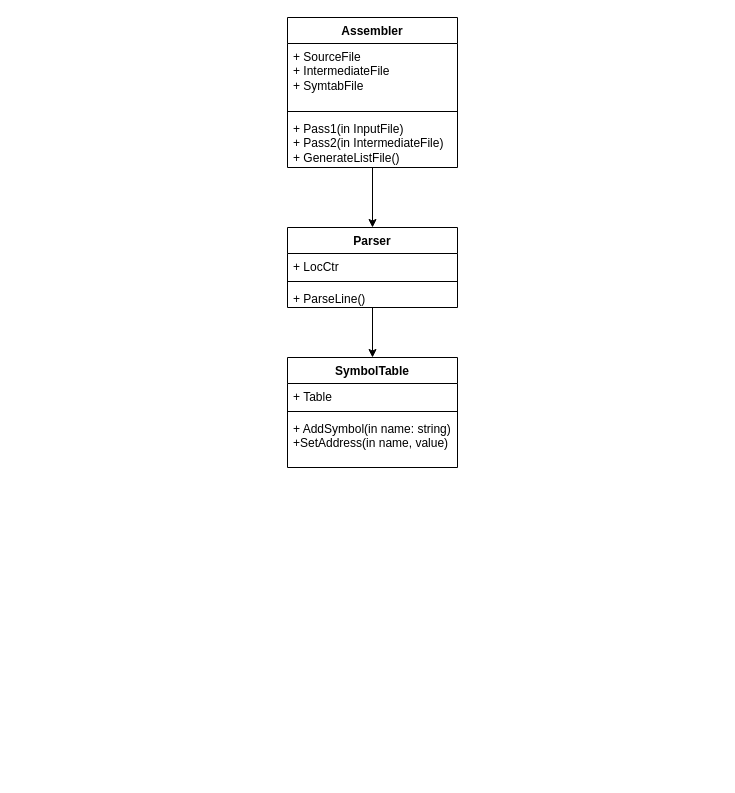
Earlier version of the draw.io diagram Tentative Assembler Diagram.drawio (Hanaya03/CS530_SICXE_Assembler). Source tidied: cells renumbered, new cells numbered last; positions are measured from the earlier drawing's top-left corner, leaving out a move shared by most shapes. Both pictures are drawn from the tidied source at 100%, with x=0, y=0 at pixel (287, 17).
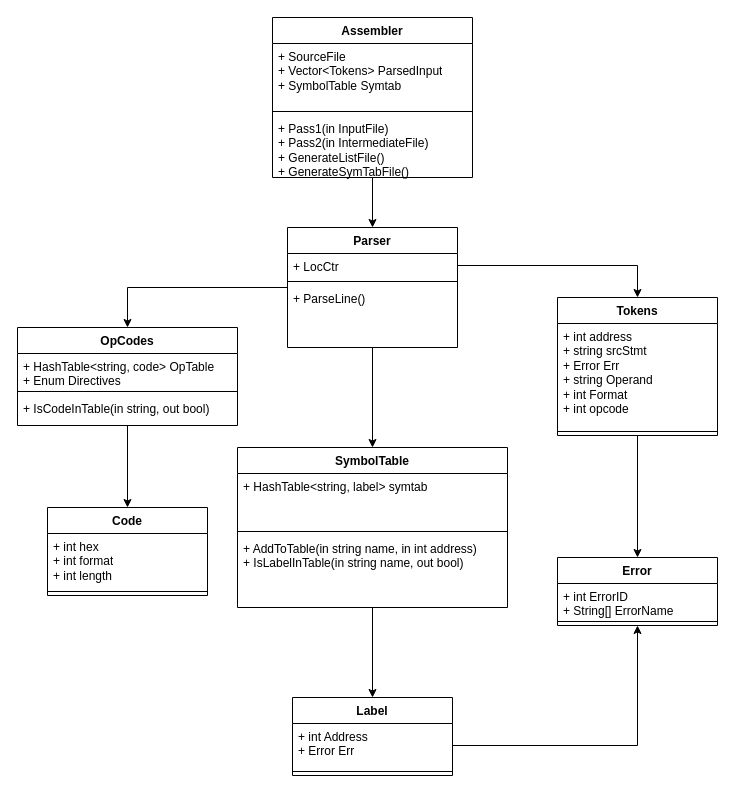
The same page after the edit.

Commit message:
updated uml Diagram

Unchanged cells that the change refers to:
```xml
<mxCell id="9" value="&lt;div&gt;+ LocCtr&lt;/div&gt;" style="text;strokeColor=none;fillColor=none;align=left;verticalAlign=top;spacingLeft=4;spacingRight=4;overflow=hidden;points=[[0,0.5],[1,0.5]];portConstraint=eastwest;whiteSpace=wrap;html=1;" parent="8" vertex="1">
  <mxGeometry y="26" width="170" height="24" as="geometry" />
</mxCell>
```

Change to the diagram source:
```diff
@@
     <mxCell id="3" value="Assembler" style="swimlane;fontStyle=1;align=center;verticalAlign=top;horizontal=1;startSize=26;whiteSpace=wrap;html=1;" parent="1" vertex="1">
-      <mxGeometry width="170" height="150" as="geometry" />
+      <mxGeometry x="-15" width="200" height="160" as="geometry" />
     </mxCell>
-    <mxCell id="4" value="+ SourceFile&lt;div&gt;+ IntermediateFile&lt;/div&gt;&lt;div&gt;+ SymtabFile&lt;/div&gt;&lt;div&gt;&lt;br&gt;&lt;/div&gt;" style="text;strokeColor=none;fillColor=none;align=left;verticalAlign=top;spacingLeft=4;spacingRight=4;overflow=hidden;whiteSpace=wrap;html=1;" parent="3" vertex="1">
-      <mxGeometry y="26" width="170" height="64" as="geometry" />
+    <mxCell id="4" value="+ SourceFile&lt;div&gt;+ Vector&amp;lt;Tokens&amp;gt; ParsedInput&lt;/div&gt;&lt;div&gt;+ SymbolTable Symtab&lt;/div&gt;&lt;div&gt;&lt;br&gt;&lt;/div&gt;" style="text;strokeColor=none;fillColor=none;align=left;verticalAlign=top;spacingLeft=4;spacingRight=4;overflow=hidden;whiteSpace=wrap;html=1;" parent="3" vertex="1">
+      <mxGeometry y="26" width="200" height="64" as="geometry" />
     </mxCell>
     <mxCell id="5" style="line;strokeWidth=1;fillColor=none;align=left;verticalAlign=middle;spacingTop=-1;spacingLeft=3;spacingRight=3;labelPosition=right;strokeColor=inherit;" parent="3" vertex="1">
-      <mxGeometry y="90" width="170" height="8" as="geometry" />
+      <mxGeometry y="90" width="200" height="8" as="geometry" />
     </mxCell>
-    <mxCell id="6" value="+ Pass1(in InputFile)&lt;div&gt;+ Pass2(in IntermediateFile)&lt;/div&gt;&lt;div&gt;+ GenerateListFile()&lt;/div&gt;" style="text;strokeColor=none;fillColor=none;align=left;verticalAlign=top;spacingLeft=4;spacingRight=4;overflow=hidden;whiteSpace=wrap;html=1;" parent="3" vertex="1">
-      <mxGeometry y="98" width="170" height="52" as="geometry" />
+    <mxCell id="6" value="+ Pass1(in InputFile)&lt;div&gt;+ Pass2(in IntermediateFile)&lt;/div&gt;&lt;div&gt;+ GenerateListFile()&lt;/div&gt;&lt;div&gt;+ GenerateSymTabFile()&lt;/div&gt;" style="text;strokeColor=none;fillColor=none;align=left;verticalAlign=top;spacingLeft=4;spacingRight=4;overflow=hidden;whiteSpace=wrap;html=1;" parent="3" vertex="1">
+      <mxGeometry y="98" width="200" height="62" as="geometry" />
     </mxCell>
+    <mxCell id="16" style="edgeStyle=orthogonalEdgeStyle;rounded=0;jettySize=auto;html=1;entryX=0.5;entryY=0;entryDx=0;entryDy=0;" parent="1" edge="1" source="8" target="22">
+      <mxGeometry relative="1" as="geometry" />
+    </mxCell>
@@
     <mxCell id="8" value="Parser" style="swimlane;fontStyle=1;align=center;verticalAlign=top;horizontal=1;startSize=26;whiteSpace=wrap;html=1;" parent="1" vertex="1">
-      <mxGeometry y="210" width="170" height="80" as="geometry" />
+      <mxGeometry y="210" width="170" height="120" as="geometry" />
     </mxCell>
@@
     <mxCell id="11" value="&lt;div&gt;+ ParseLine()&lt;/div&gt;" style="text;strokeColor=none;fillColor=none;align=left;verticalAlign=top;spacingLeft=4;spacingRight=4;overflow=hidden;whiteSpace=wrap;html=1;" parent="8" vertex="1">
-      <mxGeometry y="58" width="170" height="22" as="geometry" />
+      <mxGeometry y="58" width="170" height="62" as="geometry" />
     </mxCell>
+    <mxCell id="17" style="edgeStyle=orthogonalEdgeStyle;rounded=0;jettySize=auto;html=1;entryX=0.5;entryY=0;entryDx=0;entryDy=0;" parent="1" edge="1" source="18" target="34">
+      <mxGeometry relative="1" as="geometry" />
+    </mxCell>
+    <mxCell id="18" value="Tokens" style="swimlane;fontStyle=1;align=center;verticalAlign=top;horizontal=1;startSize=26;whiteSpace=wrap;html=1;" parent="1" vertex="1">
+      <mxGeometry x="270" y="280" width="160" height="138" as="geometry" />
+    </mxCell>
+    <mxCell id="19" value="+ int address&lt;div&gt;+ string srcStmt&lt;/div&gt;&lt;div&gt;+ Error Err&lt;/div&gt;&lt;div&gt;+ string Operand&lt;/div&gt;&lt;div&gt;+ int Format&lt;/div&gt;&lt;div&gt;+ int opcode&lt;/div&gt;" style="text;strokeColor=none;fillColor=none;align=left;verticalAlign=top;spacingLeft=4;spacingRight=4;overflow=hidden;whiteSpace=wrap;html=1;" parent="18" vertex="1">
+      <mxGeometry y="26" width="160" height="104" as="geometry" />
+    </mxCell>
+    <mxCell id="20" style="line;strokeWidth=1;fillColor=none;align=left;verticalAlign=middle;spacingTop=-1;spacingLeft=3;spacingRight=3;labelPosition=right;strokeColor=inherit;" parent="18" vertex="1">
+      <mxGeometry y="130" width="160" height="8" as="geometry" />
+    </mxCell>
+    <mxCell id="21" style="edgeStyle=orthogonalEdgeStyle;rounded=0;jettySize=auto;html=1;" parent="1" edge="1" source="22" target="26">
+      <mxGeometry relative="1" as="geometry" />
+    </mxCell>
+    <mxCell id="22" value="OpCodes" style="swimlane;fontStyle=1;align=center;verticalAlign=top;horizontal=1;startSize=26;whiteSpace=wrap;html=1;" parent="1" vertex="1">
+      <mxGeometry x="-270" y="310" width="220" height="98" as="geometry" />
+    </mxCell>
+    <mxCell id="23" value="+ HashTable&amp;lt;string, code&amp;gt; OpTable&lt;div&gt;+ Enum Directives&lt;/div&gt;" style="text;strokeColor=none;fillColor=none;align=left;verticalAlign=top;spacingLeft=4;spacingRight=4;overflow=hidden;whiteSpace=wrap;html=1;" parent="22" vertex="1">
+      <mxGeometry y="26" width="220" height="34" as="geometry" />
+    </mxCell>
+    <mxCell id="24" style="line;strokeWidth=1;fillColor=none;align=left;verticalAlign=middle;spacingTop=-1;spacingLeft=3;spacingRight=3;labelPosition=right;strokeColor=inherit;" parent="22" vertex="1">
+      <mxGeometry y="60" width="220" height="8" as="geometry" />
+    </mxCell>
+    <mxCell id="25" value="+ IsCodeInTable(in string, out bool)" style="text;strokeColor=none;fillColor=none;align=left;verticalAlign=top;spacingLeft=4;spacingRight=4;overflow=hidden;whiteSpace=wrap;html=1;" parent="22" vertex="1">
+      <mxGeometry y="68" width="220" height="30" as="geometry" />
+    </mxCell>
+    <mxCell id="26" value="Code" style="swimlane;fontStyle=1;align=center;verticalAlign=top;horizontal=1;startSize=26;whiteSpace=wrap;html=1;" parent="1" vertex="1">
+      <mxGeometry x="-240" y="490" width="160" height="88" as="geometry" />
+    </mxCell>
+    <mxCell id="27" value="+ int hex&lt;div&gt;+ int format&lt;/div&gt;&lt;div&gt;+ int length&lt;/div&gt;" style="text;strokeColor=none;fillColor=none;align=left;verticalAlign=top;spacingLeft=4;spacingRight=4;overflow=hidden;whiteSpace=wrap;html=1;" parent="26" vertex="1">
+      <mxGeometry y="26" width="160" height="54" as="geometry" />
+    </mxCell>
+    <mxCell id="28" style="line;strokeWidth=1;fillColor=none;align=left;verticalAlign=middle;spacingTop=-1;spacingLeft=3;spacingRight=3;labelPosition=right;strokeColor=inherit;" parent="26" vertex="1">
+      <mxGeometry y="80" width="160" height="8" as="geometry" />
+    </mxCell>
+    <mxCell id="29" style="edgeStyle=orthogonalEdgeStyle;rounded=0;jettySize=auto;html=1;entryX=0.5;entryY=0;entryDx=0;entryDy=0;" parent="1" edge="1" source="9" target="18">
+      <mxGeometry relative="1" as="geometry" />
+    </mxCell>
+    <mxCell id="30" style="edgeStyle=orthogonalEdgeStyle;rounded=0;jettySize=auto;html=1;entryX=0.5;entryY=0;entryDx=0;entryDy=0;" parent="1" edge="1" source="12" target="37">
+      <mxGeometry relative="1" as="geometry" />
+    </mxCell>
     <mxCell id="12" value="SymbolTable" style="swimlane;fontStyle=1;align=center;verticalAlign=top;horizontal=1;startSize=26;whiteSpace=wrap;html=1;" parent="1" vertex="1">
-      <mxGeometry y="340" width="170" height="110" as="geometry" />
+      <mxGeometry x="-50" y="430" width="270" height="160" as="geometry" />
     </mxCell>
-    <mxCell id="13" value="+ Table" style="text;strokeColor=none;fillColor=none;align=left;verticalAlign=top;spacingLeft=4;spacingRight=4;overflow=hidden;whiteSpace=wrap;html=1;" parent="12" vertex="1">
-      <mxGeometry y="26" width="170" height="24" as="geometry" />
-    </mxCell>
-    <mxCell id="14" style="line;strokeWidth=1;fillColor=none;align=left;verticalAlign=middle;spacingTop=-1;spacingLeft=3;spacingRight=3;labelPosition=right;strokeColor=inherit;" parent="12" vertex="1">
-      <mxGeometry y="50" width="170" height="8" as="geometry" />
-    </mxCell>
-    <mxCell id="15" value="&lt;div&gt;+ AddSymbol(in name: string)&lt;/div&gt;&lt;div&gt;+SetAddress(in name, value)&lt;/div&gt;" style="text;strokeColor=none;fillColor=none;align=left;verticalAlign=top;spacingLeft=4;spacingRight=4;overflow=hidden;whiteSpace=wrap;html=1;" parent="12" vertex="1">
-      <mxGeometry y="58" width="170" height="52" as="geometry" />
-    </mxCell>
+    <mxCell id="31" value="+ HashTable&amp;lt;string, label&amp;gt; symtab" style="text;strokeColor=none;fillColor=none;align=left;verticalAlign=top;spacingLeft=4;spacingRight=4;overflow=hidden;whiteSpace=wrap;html=1;" parent="12" vertex="1">
+      <mxGeometry y="26" width="270" height="54" as="geometry" />
+    </mxCell>
+    <mxCell id="32" style="line;strokeWidth=1;fillColor=none;align=left;verticalAlign=middle;spacingTop=-1;spacingLeft=3;spacingRight=3;labelPosition=right;strokeColor=inherit;" parent="12" vertex="1">
+      <mxGeometry y="80" width="270" height="8" as="geometry" />
+    </mxCell>
+    <mxCell id="33" value="+ AddToTable(in string name, in int address)&lt;div&gt;+ IsLabelInTable(in string name, out bool)&lt;/div&gt;&lt;div&gt;&lt;br&gt;&lt;/div&gt;" style="text;strokeColor=none;fillColor=none;align=left;verticalAlign=top;spacingLeft=4;spacingRight=4;overflow=hidden;whiteSpace=wrap;html=1;" parent="12" vertex="1">
+      <mxGeometry y="88" width="270" height="72" as="geometry" />
+    </mxCell>
+    <mxCell id="34" value="&lt;div&gt;Error&lt;/div&gt;" style="swimlane;fontStyle=1;align=center;verticalAlign=top;horizontal=1;startSize=26;whiteSpace=wrap;html=1;" parent="1" vertex="1">
+      <mxGeometry x="270" y="540" width="160" height="68" as="geometry" />
+    </mxCell>
+    <mxCell id="35" value="+ int ErrorID&lt;div&gt;+ String[] ErrorName&lt;/div&gt;" style="text;strokeColor=none;fillColor=none;align=left;verticalAlign=top;spacingLeft=4;spacingRight=4;overflow=hidden;whiteSpace=wrap;html=1;" parent="34" vertex="1">
+      <mxGeometry y="26" width="160" height="34" as="geometry" />
+    </mxCell>
+    <mxCell id="36" style="line;strokeWidth=1;fillColor=none;align=left;verticalAlign=middle;spacingTop=-1;spacingLeft=3;spacingRight=3;labelPosition=right;strokeColor=inherit;" parent="34" vertex="1">
+      <mxGeometry y="60" width="160" height="8" as="geometry" />
+    </mxCell>
+    <mxCell id="37" value="Label" style="swimlane;fontStyle=1;align=center;verticalAlign=top;horizontal=1;startSize=26;whiteSpace=wrap;html=1;" parent="1" vertex="1">
+      <mxGeometry x="5" y="680" width="160" height="78" as="geometry" />
+    </mxCell>
+    <mxCell id="38" value="+ int Address&lt;div&gt;+ Error Err&lt;/div&gt;" style="text;strokeColor=none;fillColor=none;align=left;verticalAlign=top;spacingLeft=4;spacingRight=4;overflow=hidden;points=[[0,0.5],[1,0.5]];portConstraint=eastwest;whiteSpace=wrap;html=1;" parent="37" vertex="1">
+      <mxGeometry y="26" width="160" height="44" as="geometry" />
+    </mxCell>
+    <mxCell id="39" style="line;strokeWidth=1;fillColor=none;align=left;verticalAlign=middle;spacingTop=-1;spacingLeft=3;spacingRight=3;labelPosition=right;strokeColor=inherit;" parent="37" vertex="1">
+      <mxGeometry y="70" width="160" height="8" as="geometry" />
+    </mxCell>
+    <mxCell id="40" style="edgeStyle=orthogonalEdgeStyle;rounded=0;jettySize=auto;html=1;" parent="1" edge="1" source="38" target="34">
+      <mxGeometry relative="1" as="geometry" />
+    </mxCell>
```
